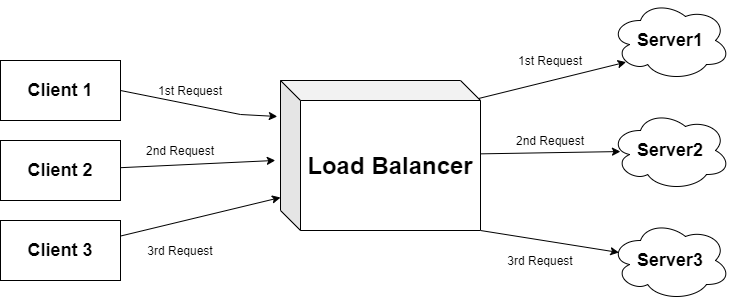
This is Diagram.png from aakash1102/FSD1.0, a draw.io export, as it was before one commit. Source tidied: cells renumbered, new cells last; positions are measured from the earlier drawing's top-left corner, leaving out a move shared by most shapes.
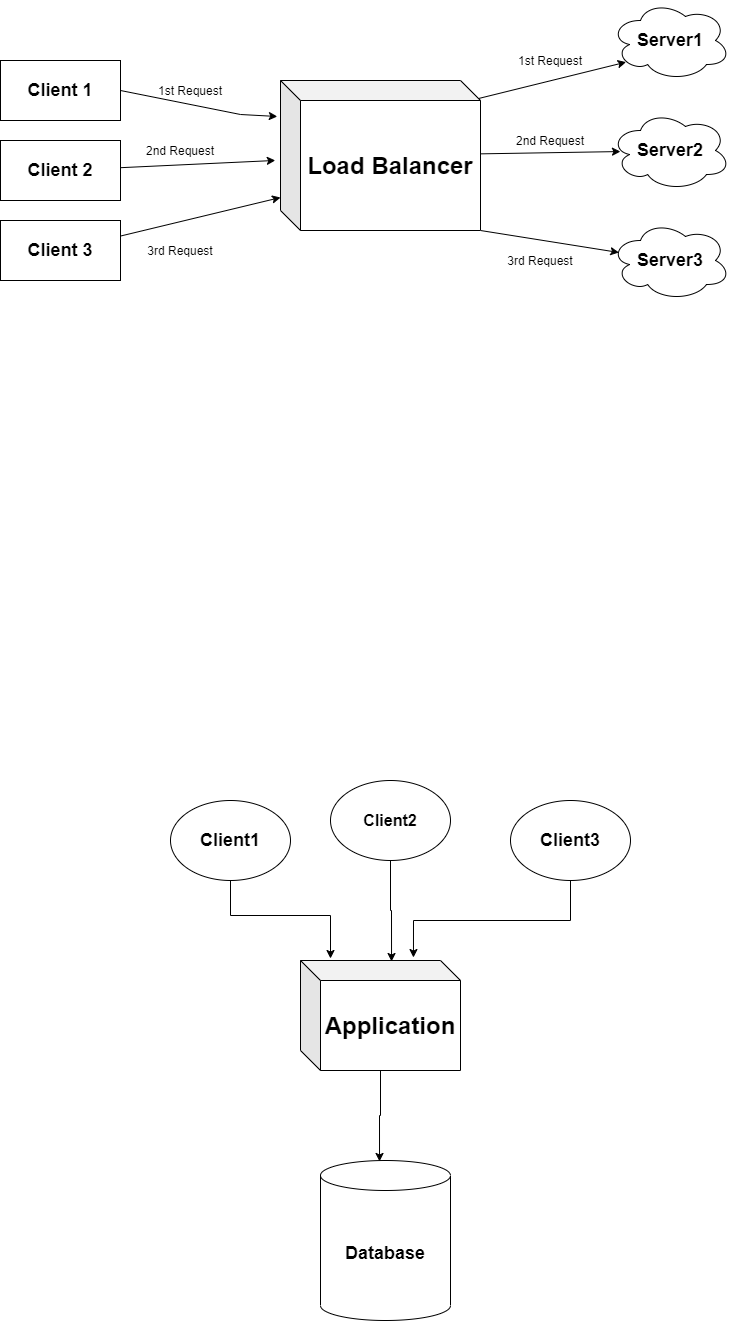
The same file after the commit.

What changed in the source:
```diff
@@ -63,5 +63,39 @@
     <mxCell id="20" value="3rd Request" style="text;html=1;strokeColor=none;fillColor=none;align=center;verticalAlign=middle;whiteSpace=wrap;rounded=0;" parent="1" vertex="1">
       <mxGeometry x="490" y="250" width="100" height="20" as="geometry" />
     </mxCell>
+    <mxCell id="21" style="edgeStyle=orthogonalEdgeStyle;rounded=0;jettySize=auto;html=1;entryX=0.454;entryY=0.006;entryDx=0;entryDy=0;entryPerimeter=0;" parent="1" edge="1" source="22" target="29">
+      <mxGeometry relative="1" as="geometry" />
+    </mxCell>
+    <mxCell id="22" value="&lt;font style=&quot;font-size: 24px&quot;&gt;&lt;b&gt;Application&lt;/b&gt;&lt;/font&gt;" style="shape=cube;whiteSpace=wrap;html=1;boundedLbl=1;backgroundOutline=1;darkOpacity=0.05;darkOpacity2=0.1;" parent="1" vertex="1">
+      <mxGeometry x="300" y="960" width="160" height="110" as="geometry" />
+    </mxCell>
+    <mxCell id="23" style="edgeStyle=orthogonalEdgeStyle;rounded=0;jettySize=auto;html=1;" parent="1" edge="1" source="24">
+      <mxGeometry relative="1" as="geometry">
+        <mxPoint x="330" y="958" as="targetPoint" />
+        <Array as="points">
+          <mxPoint x="230" y="915" />
+          <mxPoint x="330" y="915" />
+          <mxPoint x="330" y="958" />
+        </Array>
+      </mxGeometry>
+    </mxCell>
+    <mxCell id="24" value="&lt;font style=&quot;font-size: 18px&quot;&gt;&lt;b&gt;Client1&lt;/b&gt;&lt;/font&gt;" style="ellipse;whiteSpace=wrap;html=1;" parent="1" vertex="1">
+      <mxGeometry x="170" y="800" width="120" height="80" as="geometry" />
+    </mxCell>
+    <mxCell id="25" style="edgeStyle=orthogonalEdgeStyle;rounded=0;jettySize=auto;html=1;entryX=0.569;entryY=0.009;entryDx=0;entryDy=0;entryPerimeter=0;" parent="1" edge="1" source="26" target="22">
+      <mxGeometry relative="1" as="geometry" />
+    </mxCell>
+    <mxCell id="26" value="&lt;font size=&quot;3&quot;&gt;&lt;b&gt;Client2&lt;/b&gt;&lt;/font&gt;" style="ellipse;whiteSpace=wrap;html=1;" parent="1" vertex="1">
+      <mxGeometry x="330" y="780" width="120" height="80" as="geometry" />
+    </mxCell>
+    <mxCell id="27" style="edgeStyle=orthogonalEdgeStyle;rounded=0;jettySize=auto;html=1;exitX=0.5;exitY=1;exitDx=0;exitDy=0;entryX=0.706;entryY=-0.027;entryDx=0;entryDy=0;entryPerimeter=0;" parent="1" edge="1" source="28" target="22">
+      <mxGeometry relative="1" as="geometry" />
+    </mxCell>
+    <mxCell id="28" value="&lt;font style=&quot;font-size: 18px&quot;&gt;&lt;b&gt;Client3&lt;/b&gt;&lt;/font&gt;" style="ellipse;whiteSpace=wrap;html=1;" parent="1" vertex="1">
+      <mxGeometry x="510" y="800" width="120" height="80" as="geometry" />
+    </mxCell>
+    <mxCell id="29" value="&lt;span style=&quot;font-size: 18px&quot;&gt;&lt;b&gt;Database&lt;/b&gt;&lt;/span&gt;" style="shape=cylinder3;whiteSpace=wrap;html=1;boundedLbl=1;backgroundOutline=1;size=15;" parent="1" vertex="1">
+      <mxGeometry x="320" y="1160" width="130" height="160" as="geometry" />
+    </mxCell>
   </root>
 </mxGraphModel>
```
